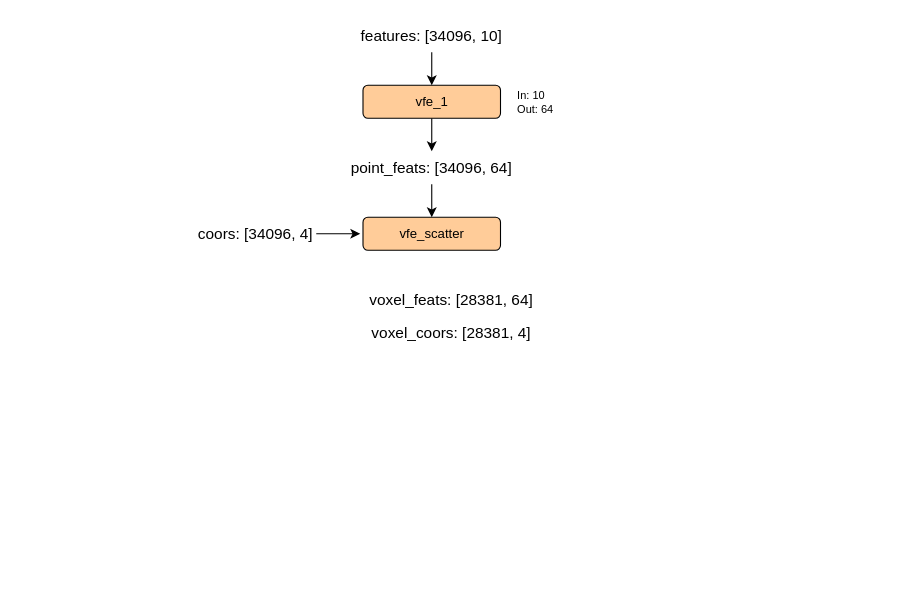
The draw.io diagram voxel_point_fusion.drawio in wennieWN/UML, before the edit. Source tidied: cells renumbered, new cells numbered last; positions are measured from the earlier drawing's top-left corner, leaving out a move shared by most shapes. Both pictures are drawn from the tidied source at 110%, with x=0, y=0 at pixel (195, 19).
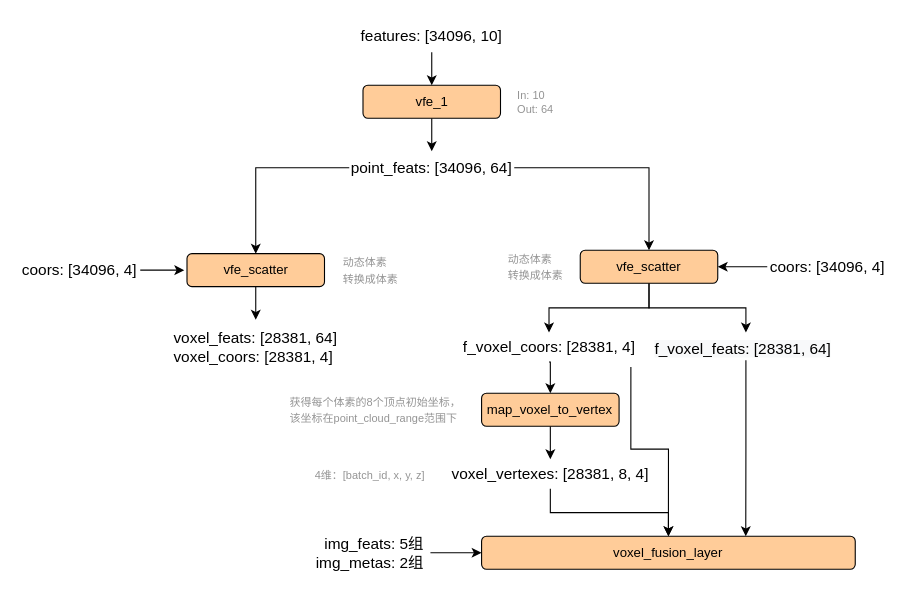
After the change.

The change refers to these unchanged cells:
```xml
<mxCell id="7" value="&lt;font style=&quot;font-size: 14px&quot;&gt;point_feats: [34096, 64]&lt;/font&gt;" style="text;html=1;strokeColor=none;fillColor=none;align=center;verticalAlign=middle;whiteSpace=wrap;rounded=0;" parent="1" vertex="1">
  <mxGeometry x="140" y="120" width="150" height="30" as="geometry" />
</mxCell>
```

Change to the diagram source:
```diff
@@
-    <mxCell id="3" value="&lt;font style=&quot;font-size: 14px&quot;&gt;features: [34096, 10]&lt;/font&gt;" style="text;html=1;strokeColor=none;fillColor=none;align=center;verticalAlign=middle;whiteSpace=wrap;rounded=0;" parent="1" vertex="1">
+    <mxCell id="3" value="&lt;font style=&quot;font-size: 14px&quot;&gt;features: [34096, 10]&lt;/font&gt;" style="text;html=1;strokeColor=none;fillColor=none;align=center;verticalAlign=middle;whiteSpace=wrap;rounded=0;shadow=0;" parent="1" vertex="1">
       <mxGeometry x="140" width="150" height="30" as="geometry" />
     </mxCell>
@@
+    <mxCell id="14" style="edgeStyle=orthogonalEdgeStyle;rounded=0;jettySize=auto;html=1;" parent="1" edge="1" source="7" target="19">
+      <mxGeometry relative="1" as="geometry" />
+    </mxCell>
@@
-    <mxCell id="8" value="&lt;div style=&quot;text-align: left&quot;&gt;&lt;font style=&quot;font-size: 10px&quot;&gt;In: 10&lt;/font&gt;&lt;/div&gt;&lt;font style=&quot;font-size: 10px&quot;&gt;&lt;div style=&quot;text-align: left&quot;&gt;Out: 64&lt;/div&gt;&lt;/font&gt;" style="text;html=1;strokeColor=none;fillColor=none;align=center;verticalAlign=middle;whiteSpace=wrap;rounded=0;" parent="1" vertex="1">
+    <mxCell id="8" value="&lt;div style=&quot;text-align: left&quot;&gt;&lt;font style=&quot;font-size: 10px&quot; color=&quot;#949494&quot;&gt;In: 10&lt;/font&gt;&lt;/div&gt;&lt;font style=&quot;font-size: 10px&quot; color=&quot;#949494&quot;&gt;&lt;div style=&quot;text-align: left&quot;&gt;Out: 64&lt;/div&gt;&lt;/font&gt;" style="text;html=1;strokeColor=none;fillColor=none;align=center;verticalAlign=middle;whiteSpace=wrap;rounded=0;" parent="1" vertex="1">
       <mxGeometry x="277.5" y="57.5" width="62.5" height="35" as="geometry" />
     </mxCell>
+    <mxCell id="15" style="edgeStyle=orthogonalEdgeStyle;rounded=0;jettySize=auto;html=1;" parent="1" edge="1" source="9" target="12">
+      <mxGeometry relative="1" as="geometry" />
+    </mxCell>
     <mxCell id="9" value="vfe_scatter" style="rounded=1;whiteSpace=wrap;html=1;fillColor=#FFCC99;" parent="1" vertex="1">
-      <mxGeometry x="152.5" y="180" width="125" height="30" as="geometry" />
+      <mxGeometry x="-7.5" y="213.1" width="125" height="30" as="geometry" />
     </mxCell>
     <mxCell id="10" style="edgeStyle=orthogonalEdgeStyle;rounded=0;jettySize=auto;html=1;" parent="1" edge="1" source="11">
       <mxGeometry relative="1" as="geometry">
-        <mxPoint x="150" y="195" as="targetPoint" />
+        <mxPoint x="-10" y="228.1" as="targetPoint" />
       </mxGeometry>
     </mxCell>
     <mxCell id="11" value="&lt;font style=&quot;font-size: 14px&quot;&gt;coors: [34096, 4]&lt;/font&gt;" style="text;html=1;strokeColor=none;fillColor=none;align=center;verticalAlign=middle;whiteSpace=wrap;rounded=0;" parent="1" vertex="1">
-      <mxGeometry y="180" width="110" height="30" as="geometry" />
+      <mxGeometry x="-160" y="213.1" width="110" height="30" as="geometry" />
     </mxCell>
-    <mxCell id="12" value="&lt;font style=&quot;font-size: 14px&quot;&gt;voxel_feats: [28381, 64]&lt;/font&gt;" style="text;html=1;strokeColor=none;fillColor=none;align=center;verticalAlign=middle;whiteSpace=wrap;rounded=0;" parent="1" vertex="1">
-      <mxGeometry x="152.5" y="240" width="160" height="30" as="geometry" />
+    <mxCell id="12" value="&lt;div style=&quot;text-align: left&quot;&gt;&lt;span style=&quot;font-size: 14px&quot;&gt;voxel_feats: [28381, 64]&lt;/span&gt;&lt;/div&gt;&lt;font style=&quot;font-size: 14px&quot;&gt;&lt;div style=&quot;text-align: left&quot;&gt;&lt;span&gt;voxel_coors: [28381, 4]&lt;/span&gt;&lt;/div&gt;&lt;/font&gt;" style="text;html=1;strokeColor=none;fillColor=none;align=center;verticalAlign=middle;whiteSpace=wrap;rounded=0;" parent="1" vertex="1">
+      <mxGeometry x="-23.8" y="273.1" width="157.5" height="50" as="geometry" />
     </mxCell>
-    <mxCell id="13" value="&lt;font style=&quot;font-size: 14px&quot;&gt;voxel_coors: [28381, 4]&lt;/font&gt;" style="text;html=1;strokeColor=none;fillColor=none;align=center;verticalAlign=middle;whiteSpace=wrap;rounded=0;" parent="1" vertex="1">
-      <mxGeometry x="152.5" y="270" width="160" height="30" as="geometry" />
-    </mxCell>
+    <mxCell id="16" value="&lt;div style=&quot;text-align: left&quot;&gt;&lt;span style=&quot;font-size: 10px&quot;&gt;&lt;font color=&quot;#949494&quot;&gt;动态体素&lt;/font&gt;&lt;/span&gt;&lt;/div&gt;&lt;div style=&quot;text-align: left&quot;&gt;&lt;span style=&quot;font-size: 10px&quot;&gt;&lt;font color=&quot;#949494&quot;&gt;转换成体素&lt;/font&gt;&lt;/span&gt;&lt;/div&gt;" style="text;html=1;strokeColor=none;fillColor=none;align=center;verticalAlign=middle;whiteSpace=wrap;rounded=0;" parent="1" vertex="1">
+      <mxGeometry x="117.5" y="210" width="82.5" height="36.2" as="geometry" />
+    </mxCell>
+    <mxCell id="17" style="edgeStyle=orthogonalEdgeStyle;rounded=0;jettySize=auto;html=1;entryX=0.5;entryY=0;entryDx=0;entryDy=0;" parent="1" edge="1" source="19" target="22">
+      <mxGeometry relative="1" as="geometry" />
+    </mxCell>
+    <mxCell id="18" style="edgeStyle=orthogonalEdgeStyle;rounded=0;jettySize=auto;html=1;" parent="1" edge="1" source="19" target="25">
+      <mxGeometry relative="1" as="geometry" />
+    </mxCell>
+    <mxCell id="19" value="vfe_scatter" style="rounded=1;whiteSpace=wrap;html=1;fillColor=#FFCC99;" parent="1" vertex="1">
+      <mxGeometry x="350" y="210" width="125" height="30" as="geometry" />
+    </mxCell>
+    <mxCell id="20" value="&lt;div style=&quot;text-align: left&quot;&gt;&lt;span style=&quot;font-size: 10px&quot;&gt;&lt;font color=&quot;#949494&quot;&gt;动态体素&lt;/font&gt;&lt;/span&gt;&lt;/div&gt;&lt;div style=&quot;text-align: left&quot;&gt;&lt;span style=&quot;font-size: 10px&quot;&gt;&lt;font color=&quot;#949494&quot;&gt;转换成体素&lt;/font&gt;&lt;/span&gt;&lt;/div&gt;" style="text;html=1;strokeColor=none;fillColor=none;align=center;verticalAlign=middle;whiteSpace=wrap;rounded=0;" parent="1" vertex="1">
+      <mxGeometry x="267.5" y="206.9" width="82.5" height="36.2" as="geometry" />
+    </mxCell>
+    <mxCell id="21" style="edgeStyle=orthogonalEdgeStyle;rounded=0;jettySize=auto;html=1;exitX=0.5;exitY=1;exitDx=0;exitDy=0;entryX=0.5;entryY=0;entryDx=0;entryDy=0;" parent="1" edge="1" source="22" target="27">
+      <mxGeometry relative="1" as="geometry" />
+    </mxCell>
+    <mxCell id="22" value="&lt;div style=&quot;text-align: left&quot;&gt;&lt;span style=&quot;font-size: 14px&quot;&gt;f_voxel_coors: [28381, 4]&lt;/span&gt;&lt;br&gt;&lt;/div&gt;" style="text;html=1;strokeColor=none;fillColor=none;align=center;verticalAlign=middle;whiteSpace=wrap;rounded=0;" parent="1" vertex="1">
+      <mxGeometry x="228.8" y="284.7" width="185.6" height="26.9" as="geometry" />
+    </mxCell>
+    <mxCell id="23" style="edgeStyle=orthogonalEdgeStyle;rounded=0;jettySize=auto;html=1;entryX=0.707;entryY=0;entryDx=0;entryDy=0;entryPerimeter=0;" parent="1" edge="1" source="25" target="34">
+      <mxGeometry relative="1" as="geometry" />
+    </mxCell>
+    <mxCell id="24" style="edgeStyle=orthogonalEdgeStyle;rounded=0;jettySize=auto;html=1;exitX=0.901;exitY=1.165;exitDx=0;exitDy=0;entryX=0.5;entryY=0;entryDx=0;entryDy=0;exitPerimeter=0;" parent="1" edge="1" source="22" target="34">
+      <mxGeometry relative="1" as="geometry" />
+    </mxCell>
+    <mxCell id="25" value="&lt;span style=&quot;color: rgb(0, 0, 0); font-family: helvetica; font-size: 14px; font-style: normal; font-weight: 400; letter-spacing: normal; text-align: left; text-indent: 0px; text-transform: none; word-spacing: 0px; background-color: rgb(248, 249, 250); display: inline; float: none;&quot;&gt;f_voxel_feats: [28381, 64]&lt;/span&gt;" style="text;whiteSpace=wrap;html=1;" parent="1" vertex="1">
+      <mxGeometry x="415.6" y="284.7" width="170" height="25.3" as="geometry" />
+    </mxCell>
+    <mxCell id="26" style="edgeStyle=orthogonalEdgeStyle;rounded=0;jettySize=auto;html=1;entryX=0.5;entryY=0;entryDx=0;entryDy=0;" parent="1" edge="1" source="27" target="31">
+      <mxGeometry relative="1" as="geometry" />
+    </mxCell>
+    <mxCell id="27" value="map_voxel_to_vertex" style="rounded=1;whiteSpace=wrap;html=1;fillColor=#FFCC99;" parent="1" vertex="1">
+      <mxGeometry x="260.3" y="340" width="125" height="30" as="geometry" />
+    </mxCell>
+    <mxCell id="28" style="edgeStyle=orthogonalEdgeStyle;rounded=0;jettySize=auto;html=1;entryX=1;entryY=0.5;entryDx=0;entryDy=0;" parent="1" edge="1" source="29" target="19">
+      <mxGeometry relative="1" as="geometry" />
+    </mxCell>
+    <mxCell id="29" value="&lt;font style=&quot;font-size: 14px&quot;&gt;coors: [34096, 4]&lt;/font&gt;" style="text;html=1;strokeColor=none;fillColor=none;align=center;verticalAlign=middle;whiteSpace=wrap;rounded=0;" parent="1" vertex="1">
+      <mxGeometry x="520" y="210" width="110" height="30" as="geometry" />
+    </mxCell>
+    <mxCell id="30" style="edgeStyle=orthogonalEdgeStyle;rounded=0;jettySize=auto;html=1;entryX=0.5;entryY=0;entryDx=0;entryDy=0;" parent="1" edge="1" source="31" target="34">
+      <mxGeometry relative="1" as="geometry" />
+    </mxCell>
+    <mxCell id="31" value="&lt;div style=&quot;text-align: left&quot;&gt;&lt;span style=&quot;font-size: 14px&quot;&gt;voxel_vertexes: [28381, 8, 4]&lt;/span&gt;&lt;br&gt;&lt;/div&gt;" style="text;html=1;strokeColor=none;fillColor=none;align=center;verticalAlign=middle;whiteSpace=wrap;rounded=0;" parent="1" vertex="1">
+      <mxGeometry x="230" y="400" width="185.6" height="26.9" as="geometry" />
+    </mxCell>
+    <mxCell id="32" value="&lt;div style=&quot;text-align: left&quot;&gt;&lt;span style=&quot;font-size: 10px&quot;&gt;&lt;font color=&quot;#949494&quot;&gt;获得每个体素的8个顶点初始坐标，&lt;/font&gt;&lt;/span&gt;&lt;/div&gt;&lt;div style=&quot;text-align: left&quot;&gt;&lt;span style=&quot;font-size: 10px&quot;&gt;&lt;font color=&quot;#949494&quot;&gt;该坐标在point_cloud_range范围下&lt;/font&gt;&lt;/span&gt;&lt;/div&gt;" style="text;html=1;strokeColor=none;fillColor=none;align=center;verticalAlign=middle;whiteSpace=wrap;rounded=0;" parent="1" vertex="1">
+      <mxGeometry x="51.2" y="336.9" width="226.2" height="36.2" as="geometry" />
+    </mxCell>
+    <mxCell id="33" value="&lt;div style=&quot;text-align: left&quot;&gt;&lt;span style=&quot;font-size: 10px&quot;&gt;&lt;font color=&quot;#949494&quot;&gt;4维：[batch_id, x, y, z]&lt;/font&gt;&lt;/span&gt;&lt;/div&gt;" style="text;html=1;strokeColor=none;fillColor=none;align=center;verticalAlign=middle;whiteSpace=wrap;rounded=0;" parent="1" vertex="1">
+      <mxGeometry x="88.8" y="400.6" width="140" height="26.2" as="geometry" />
+    </mxCell>
+    <mxCell id="34" value="voxel_fusion_layer" style="rounded=1;whiteSpace=wrap;html=1;fillColor=#FFCC99;" parent="1" vertex="1">
+      <mxGeometry x="260.3" y="470" width="339.7" height="30" as="geometry" />
+    </mxCell>
+    <mxCell id="35" style="edgeStyle=orthogonalEdgeStyle;rounded=0;jettySize=auto;html=1;entryX=0;entryY=0.5;entryDx=0;entryDy=0;" parent="1" edge="1" source="36" target="34">
+      <mxGeometry relative="1" as="geometry" />
+    </mxCell>
+    <mxCell id="36" value="&lt;div style=&quot;text-align: right&quot;&gt;&lt;span style=&quot;font-size: 14px&quot;&gt;img_feats: 5组&lt;/span&gt;&lt;/div&gt;&lt;font style=&quot;font-size: 14px&quot;&gt;&lt;div style=&quot;text-align: right&quot;&gt;&lt;span&gt;img_metas: 2组&lt;/span&gt;&lt;/div&gt;&lt;/font&gt;" style="text;html=1;strokeColor=none;fillColor=none;align=center;verticalAlign=middle;whiteSpace=wrap;rounded=0;" parent="1" vertex="1">
+      <mxGeometry x="103.8" y="470" width="110" height="30" as="geometry" />
+    </mxCell>
```
